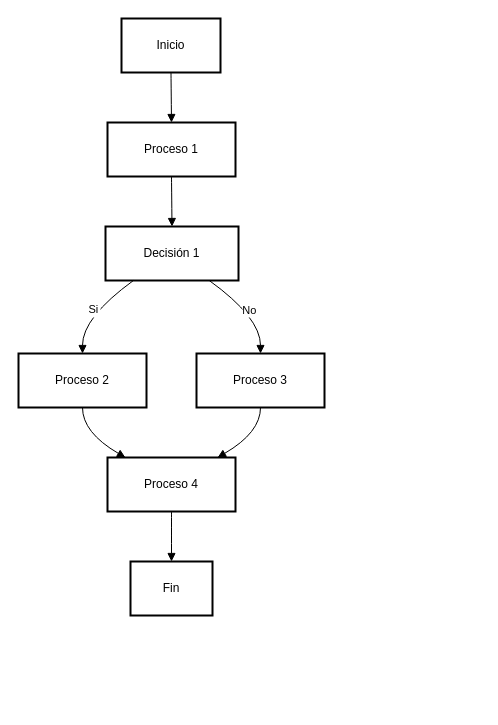
The draw.io diagram Diagrama sin título.drawio in JuanGonzalez29/Ejercicios, before the edit. Source tidied: cells renumbered, new cells numbered last; positions are measured from the earlier drawing's top-left corner, leaving out a move shared by most shapes. Both pictures are drawn from the tidied source at 100%, with x=0, y=0 at pixel (18, 18).
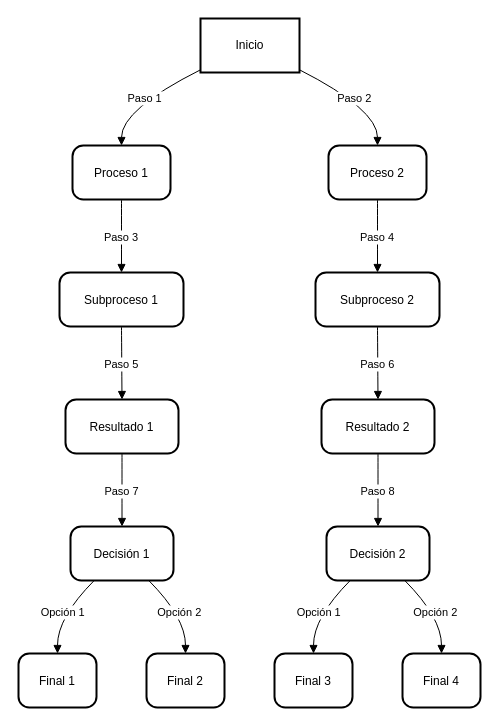
The same page after the edit.

The edit, as a diff of the source:
```diff
@@
     <mxCell id="2" value="Inicio" style="whiteSpace=wrap;strokeWidth=2;" parent="1" vertex="1">
-      <mxGeometry x="103" width="99" height="54" as="geometry" />
+      <mxGeometry x="182" width="99" height="54" as="geometry" />
     </mxCell>
-    <mxCell id="3" value="Proceso 1" style="whiteSpace=wrap;strokeWidth=2;" parent="1" vertex="1">
-      <mxGeometry x="89" y="104" width="128" height="54" as="geometry" />
+    <mxCell id="3" value="Proceso 1" style="rounded=1;arcSize=20;strokeWidth=2;" parent="1" vertex="1">
+      <mxGeometry x="54" y="127" width="98" height="54" as="geometry" />
     </mxCell>
-    <mxCell id="4" value="Decisión 1" style="whiteSpace=wrap;strokeWidth=2;" parent="1" vertex="1">
-      <mxGeometry x="87" y="208" width="133" height="54" as="geometry" />
+    <mxCell id="4" value="Proceso 2" style="rounded=1;arcSize=20;strokeWidth=2;" parent="1" vertex="1">
+      <mxGeometry x="310" y="127" width="98" height="54" as="geometry" />
     </mxCell>
-    <mxCell id="5" value="Proceso 2" style="whiteSpace=wrap;strokeWidth=2;" parent="1" vertex="1">
-      <mxGeometry y="335" width="128" height="54" as="geometry" />
+    <mxCell id="5" value="Subproceso 1" style="rounded=1;arcSize=20;strokeWidth=2;" parent="1" vertex="1">
+      <mxGeometry x="41" y="254" width="124" height="54" as="geometry" />
     </mxCell>
-    <mxCell id="6" value="Proceso 3" style="whiteSpace=wrap;strokeWidth=2;" parent="1" vertex="1">
-      <mxGeometry x="178" y="335" width="128" height="54" as="geometry" />
+    <mxCell id="6" value="Subproceso 2" style="rounded=1;arcSize=20;strokeWidth=2;" parent="1" vertex="1">
+      <mxGeometry x="297" y="254" width="124" height="54" as="geometry" />
     </mxCell>
-    <mxCell id="7" value="Proceso 4" style="whiteSpace=wrap;strokeWidth=2;" parent="1" vertex="1">
-      <mxGeometry x="89" y="439" width="128" height="54" as="geometry" />
+    <mxCell id="7" value="Resultado 1" style="rounded=1;arcSize=20;strokeWidth=2;" parent="1" vertex="1">
+      <mxGeometry x="47" y="381" width="113" height="54" as="geometry" />
     </mxCell>
-    <mxCell id="8" value="Fin" style="whiteSpace=wrap;strokeWidth=2;" parent="1" vertex="1">
-      <mxGeometry x="112" y="543" width="82" height="54" as="geometry" />
+    <mxCell id="8" value="Resultado 2" style="rounded=1;arcSize=20;strokeWidth=2;" parent="1" vertex="1">
+      <mxGeometry x="303" y="381" width="113" height="54" as="geometry" />
     </mxCell>
-    <mxCell id="9" style="curved=1;startArrow=none;endArrow=block;exitX=0.5;exitY=1;entryX=0.5;entryY=0;" parent="1" edge="1" source="2" target="3">
-      <mxGeometry relative="1" as="geometry" />
+    <mxCell id="9" value="Decisión 1" style="rounded=1;arcSize=20;strokeWidth=2;" parent="1" vertex="1">
+      <mxGeometry x="52" y="508" width="103" height="54" as="geometry" />
     </mxCell>
-    <mxCell id="10" style="curved=1;startArrow=none;endArrow=block;exitX=0.5;exitY=1;entryX=0.5;entryY=0;" parent="1" edge="1" source="3" target="4">
-      <mxGeometry relative="1" as="geometry" />
+    <mxCell id="10" value="Decisión 2" style="rounded=1;arcSize=20;strokeWidth=2;" parent="1" vertex="1">
+      <mxGeometry x="308" y="508" width="103" height="54" as="geometry" />
     </mxCell>
-    <mxCell id="11" value="Si" style="curved=1;startArrow=none;endArrow=block;exitX=0.21;exitY=1;entryX=0.5;entryY=0;" parent="1" edge="1" source="4" target="5">
-      <mxGeometry relative="1" as="geometry">
-        <Array as="points">
-          <mxPoint x="64" y="299" />
-        </Array>
-      </mxGeometry>
+    <mxCell id="11" value="Final 1" style="rounded=1;arcSize=20;strokeWidth=2;" parent="1" vertex="1">
+      <mxGeometry y="635" width="78" height="54" as="geometry" />
     </mxCell>
-    <mxCell id="12" value="No" style="curved=1;startArrow=none;endArrow=block;exitX=0.78;exitY=1;entryX=0.5;entryY=0;" parent="1" edge="1" source="4" target="6">
-      <mxGeometry relative="1" as="geometry">
-        <Array as="points">
-          <mxPoint x="242" y="299" />
-        </Array>
-      </mxGeometry>
+    <mxCell id="12" value="Final 2" style="rounded=1;arcSize=20;strokeWidth=2;" parent="1" vertex="1">
+      <mxGeometry x="128" y="635" width="78" height="54" as="geometry" />
     </mxCell>
-    <mxCell id="13" style="curved=1;startArrow=none;endArrow=block;exitX=0.5;exitY=1;entryX=0.14;entryY=0;" parent="1" edge="1" source="5" target="7">
-      <mxGeometry relative="1" as="geometry">
-        <Array as="points">
-          <mxPoint x="64" y="414" />
-        </Array>
-      </mxGeometry>
+    <mxCell id="13" value="Final 3" style="rounded=1;arcSize=20;strokeWidth=2;" parent="1" vertex="1">
+      <mxGeometry x="256" y="635" width="78" height="54" as="geometry" />
     </mxCell>
-    <mxCell id="14" style="curved=1;startArrow=none;endArrow=block;exitX=0.5;exitY=1;entryX=0.86;entryY=0;" parent="1" edge="1" source="6" target="7">
-      <mxGeometry relative="1" as="geometry">
-        <Array as="points">
-          <mxPoint x="242" y="414" />
-        </Array>
-      </mxGeometry>
+    <mxCell id="14" value="Final 4" style="rounded=1;arcSize=20;strokeWidth=2;" parent="1" vertex="1">
+      <mxGeometry x="384" y="635" width="78" height="54" as="geometry" />
     </mxCell>
-    <mxCell id="15" style="curved=1;startArrow=none;endArrow=block;exitX=0.5;exitY=1;entryX=0.5;entryY=0;" parent="1" edge="1" source="7" target="8">
-      <mxGeometry relative="1" as="geometry" />
+    <mxCell id="15" value="Paso 1" style="curved=1;startArrow=none;endArrow=block;exitX=0;exitY=0.95;entryX=0.5;entryY=0;" parent="1" edge="1" source="2" target="3">
+      <mxGeometry relative="1" as="geometry">
+        <Array as="points">
+          <mxPoint x="103" y="91" />
+        </Array>
+      </mxGeometry>
     </mxCell>
+    <mxCell id="16" value="Paso 2" style="curved=1;startArrow=none;endArrow=block;exitX=1;exitY=0.95;entryX=0.5;entryY=0;" parent="1" edge="1" source="2" target="4">
+      <mxGeometry relative="1" as="geometry">
+        <Array as="points">
+          <mxPoint x="359" y="91" />
+        </Array>
+      </mxGeometry>
+    </mxCell>
+    <mxCell id="17" value="Paso 3" style="curved=1;startArrow=none;endArrow=block;exitX=0.5;exitY=1;entryX=0.5;entryY=0;" parent="1" edge="1" source="3" target="5">
+      <mxGeometry relative="1" as="geometry" />
+    </mxCell>
+    <mxCell id="18" value="Paso 4" style="curved=1;startArrow=none;endArrow=block;exitX=0.5;exitY=1;entryX=0.5;entryY=0;" parent="1" edge="1" source="4" target="6">
+      <mxGeometry relative="1" as="geometry" />
+    </mxCell>
+    <mxCell id="19" value="Paso 5" style="curved=1;startArrow=none;endArrow=block;exitX=0.5;exitY=1;entryX=0.5;entryY=0;" parent="1" edge="1" source="5" target="7">
+      <mxGeometry relative="1" as="geometry" />
+    </mxCell>
+    <mxCell id="20" value="Paso 6" style="curved=1;startArrow=none;endArrow=block;exitX=0.5;exitY=1;entryX=0.5;entryY=0;" parent="1" edge="1" source="6" target="8">
+      <mxGeometry relative="1" as="geometry" />
+    </mxCell>
+    <mxCell id="21" value="Paso 7" style="curved=1;startArrow=none;endArrow=block;exitX=0.5;exitY=1;entryX=0.5;entryY=0;" parent="1" edge="1" source="7" target="9">
+      <mxGeometry relative="1" as="geometry" />
+    </mxCell>
+    <mxCell id="22" value="Paso 8" style="curved=1;startArrow=none;endArrow=block;exitX=0.5;exitY=1;entryX=0.5;entryY=0;" parent="1" edge="1" source="8" target="10">
+      <mxGeometry relative="1" as="geometry" />
+    </mxCell>
+    <mxCell id="23" value="Opción 1" style="curved=1;startArrow=none;endArrow=block;exitX=0.23;exitY=1;entryX=0.5;entryY=0;" parent="1" edge="1" source="9" target="11">
+      <mxGeometry relative="1" as="geometry">
+        <Array as="points">
+          <mxPoint x="39" y="599" />
+        </Array>
+      </mxGeometry>
+    </mxCell>
+    <mxCell id="24" value="Opción 2" style="curved=1;startArrow=none;endArrow=block;exitX=0.76;exitY=1;entryX=0.5;entryY=0;" parent="1" edge="1" source="9" target="12">
+      <mxGeometry relative="1" as="geometry">
+        <Array as="points">
+          <mxPoint x="167" y="599" />
+        </Array>
+      </mxGeometry>
+    </mxCell>
+    <mxCell id="25" value="Opción 1" style="curved=1;startArrow=none;endArrow=block;exitX=0.23;exitY=1;entryX=0.5;entryY=0;" parent="1" edge="1" source="10" target="13">
+      <mxGeometry relative="1" as="geometry">
+        <Array as="points">
+          <mxPoint x="295" y="599" />
+        </Array>
+      </mxGeometry>
+    </mxCell>
+    <mxCell id="26" value="Opción 2" style="curved=1;startArrow=none;endArrow=block;exitX=0.76;exitY=1;entryX=0.5;entryY=0;" parent="1" edge="1" source="10" target="14">
+      <mxGeometry relative="1" as="geometry">
+        <Array as="points">
+          <mxPoint x="423" y="599" />
+        </Array>
+      </mxGeometry>
+    </mxCell>
```
